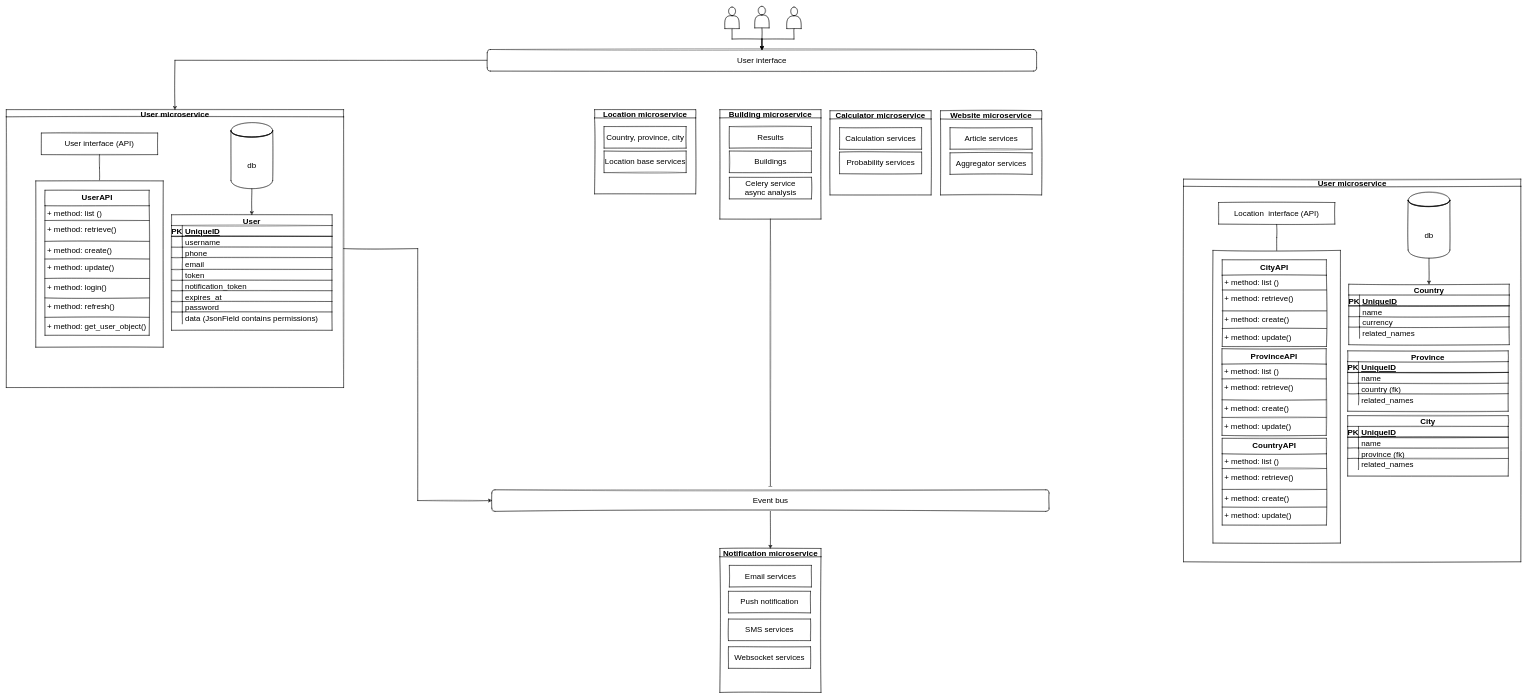
The draw.io diagram mita.drawio in sadeghesfahani/Blogify, before the edit. Source tidied: cells renumbered, new cells numbered last; positions are measured from the earlier drawing's top-left corner, leaving out a move shared by most shapes. Both pictures are drawn from the tidied source at 36%, with x=0, y=0 at pixel (6, 6).
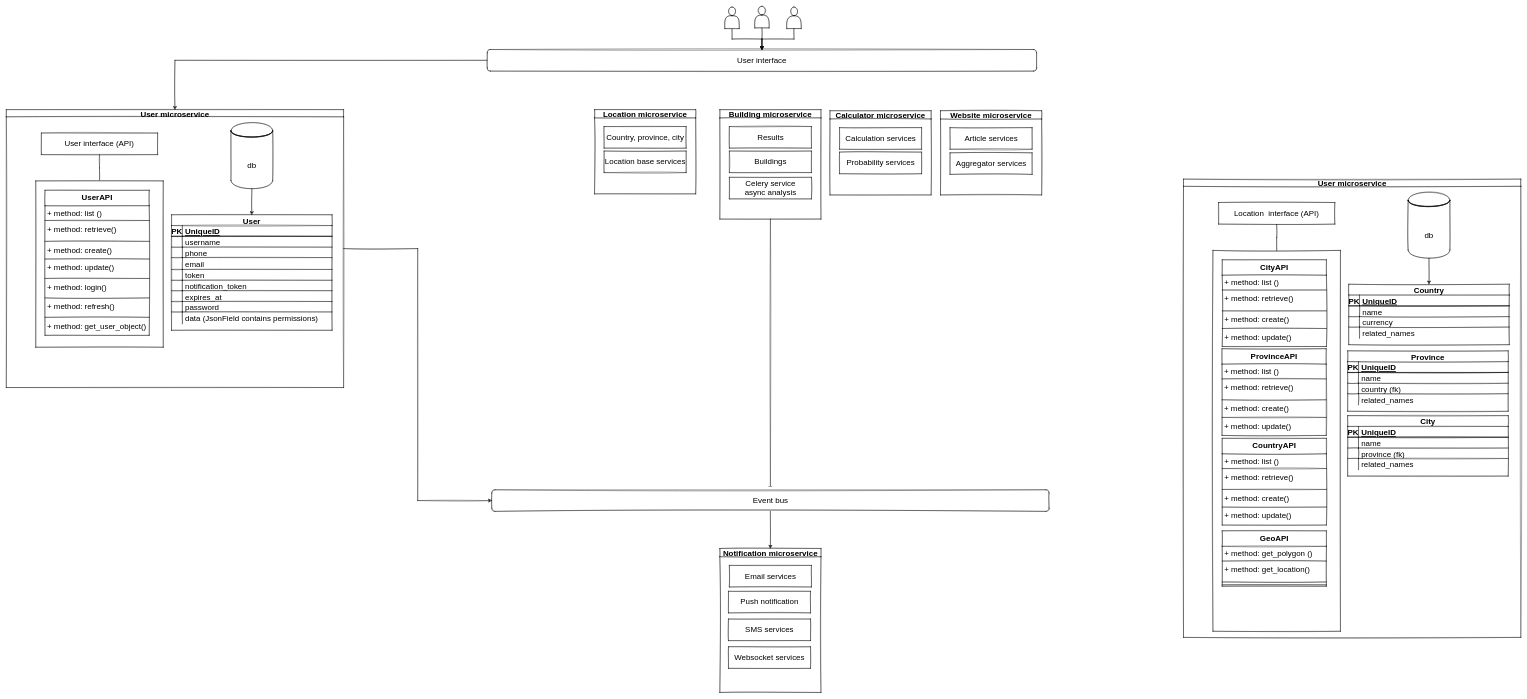
After the change.

What changed in the source:
```diff
@@
     <mxCell id="81" value="User microservice" style="swimlane;startSize=20;horizontal=1;containerType=tree;newEdgeStyle={&quot;edgeStyle&quot;:&quot;elbowEdgeStyle&quot;,&quot;startArrow&quot;:&quot;none&quot;,&quot;endArrow&quot;:&quot;none&quot;};glass=0;sketch=1;fontSize=22;" parent="1" vertex="1">
-      <mxGeometry x="3270" y="480" width="937" height="1063" as="geometry" />
+      <mxGeometry x="3270" y="480" width="937" height="1273" as="geometry" />
     </mxCell>
@@
     <mxCell id="84" style="whiteSpace=wrap;html=1;align=center;verticalAlign=middle;newEdgeStyle={&quot;edgeStyle&quot;:&quot;elbowEdgeStyle&quot;,&quot;startArrow&quot;:&quot;none&quot;,&quot;endArrow&quot;:&quot;none&quot;};glass=0;sketch=1;fontSize=22;" parent="81" vertex="1">
-      <mxGeometry x="81.8" y="198" width="354.2" height="813" as="geometry" />
+      <mxGeometry x="81.8" y="198" width="354.2" height="1058" as="geometry" />
     </mxCell>
@@
+    <mxCell id="153" value="GeoAPI" style="swimlane;fontStyle=1;align=center;verticalAlign=top;horizontal=1;startSize=43;shadow=0;glass=0;sketch=1;fontSize=22;html=0;" parent="81" vertex="1">
+      <mxGeometry x="107.5" y="977" width="289.5" height="154" as="geometry" />
+    </mxCell>
+    <mxCell id="154" value="+ method: get_polygon ()" style="text;strokeColor=none;fillColor=none;align=left;verticalAlign=top;spacingLeft=4;spacingRight=4;overflow=hidden;points=[[0,0.5],[1,0.5]];portConstraint=eastwest;shadow=0;glass=0;sketch=1;fontSize=22;html=0;" parent="153" vertex="1">
+      <mxGeometry y="43" width="289.5" height="37" as="geometry" />
+    </mxCell>
+    <mxCell id="155" style="line;strokeWidth=1;fillColor=none;align=left;verticalAlign=middle;spacingTop=-1;spacingLeft=3;spacingRight=3;labelPosition=right;shadow=0;glass=0;sketch=1;fontSize=22;html=0;" parent="153" vertex="1">
+      <mxGeometry y="80" width="289.5" height="8" as="geometry" />
+    </mxCell>
+    <mxCell id="156" value="+ method: get_location()" style="text;strokeColor=none;fillColor=none;align=left;verticalAlign=top;spacingLeft=4;spacingRight=4;overflow=hidden;shadow=0;glass=0;sketch=1;fontSize=22;html=0;" parent="153" vertex="1">
+      <mxGeometry y="88" width="289.5" height="50" as="geometry" />
+    </mxCell>
+    <mxCell id="157" style="line;strokeWidth=1;fillColor=none;align=left;verticalAlign=middle;spacingTop=-1;spacingLeft=3;spacingRight=3;labelPosition=right;shadow=0;glass=0;sketch=1;fontSize=22;html=0;" parent="153" vertex="1">
+      <mxGeometry y="138" width="289.5" height="8" as="geometry" />
+    </mxCell>
+    <mxCell id="158" style="line;strokeWidth=1;fillColor=none;align=left;verticalAlign=middle;spacingTop=-1;spacingLeft=3;spacingRight=3;labelPosition=right;shadow=0;glass=0;sketch=1;fontSize=22;html=0;" parent="153" vertex="1">
+      <mxGeometry y="146" width="289.5" height="8" as="geometry" />
+    </mxCell>
+    <mxCell id="159" style="edgeStyle=orthogonalEdgeStyle;rounded=0;sketch=1;orthogonalLoop=1;jettySize=auto;html=1;exitX=1;exitY=0.5;exitDx=0;exitDy=0;fontSize=22;" parent="153" edge="1" source="154" target="154">
+      <mxGeometry relative="1" as="geometry" />
+    </mxCell>
```
